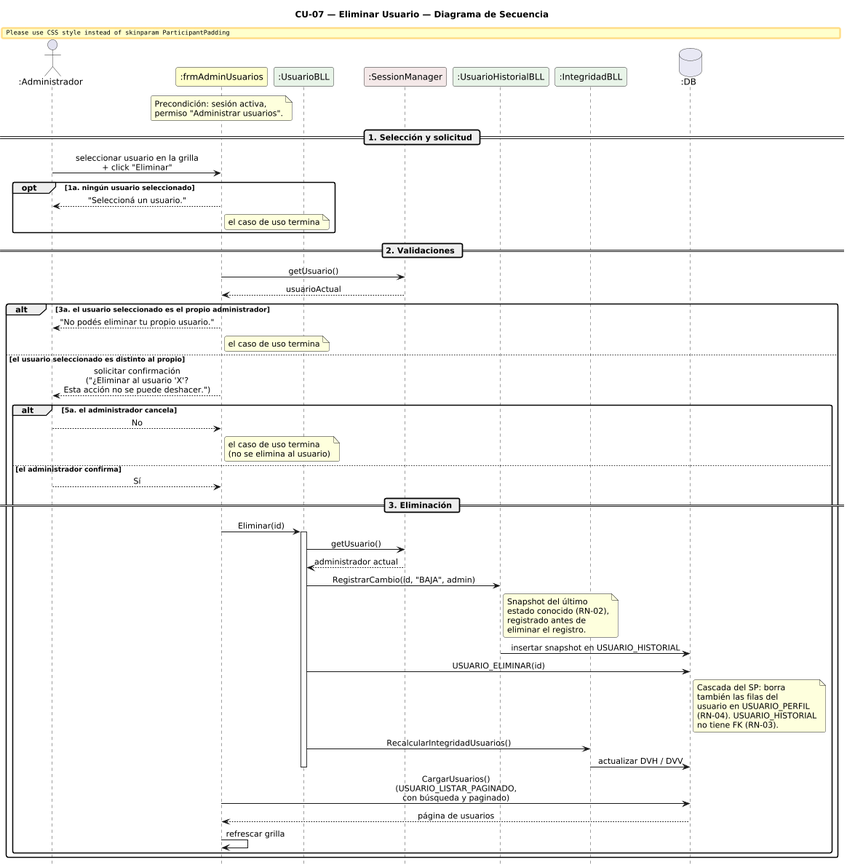
Above: DIAGRAMAS/DiagramaSecuencia_CU07_EliminarUsuario.png in Urrels/ingenieria_software (PlantUML), before the change.
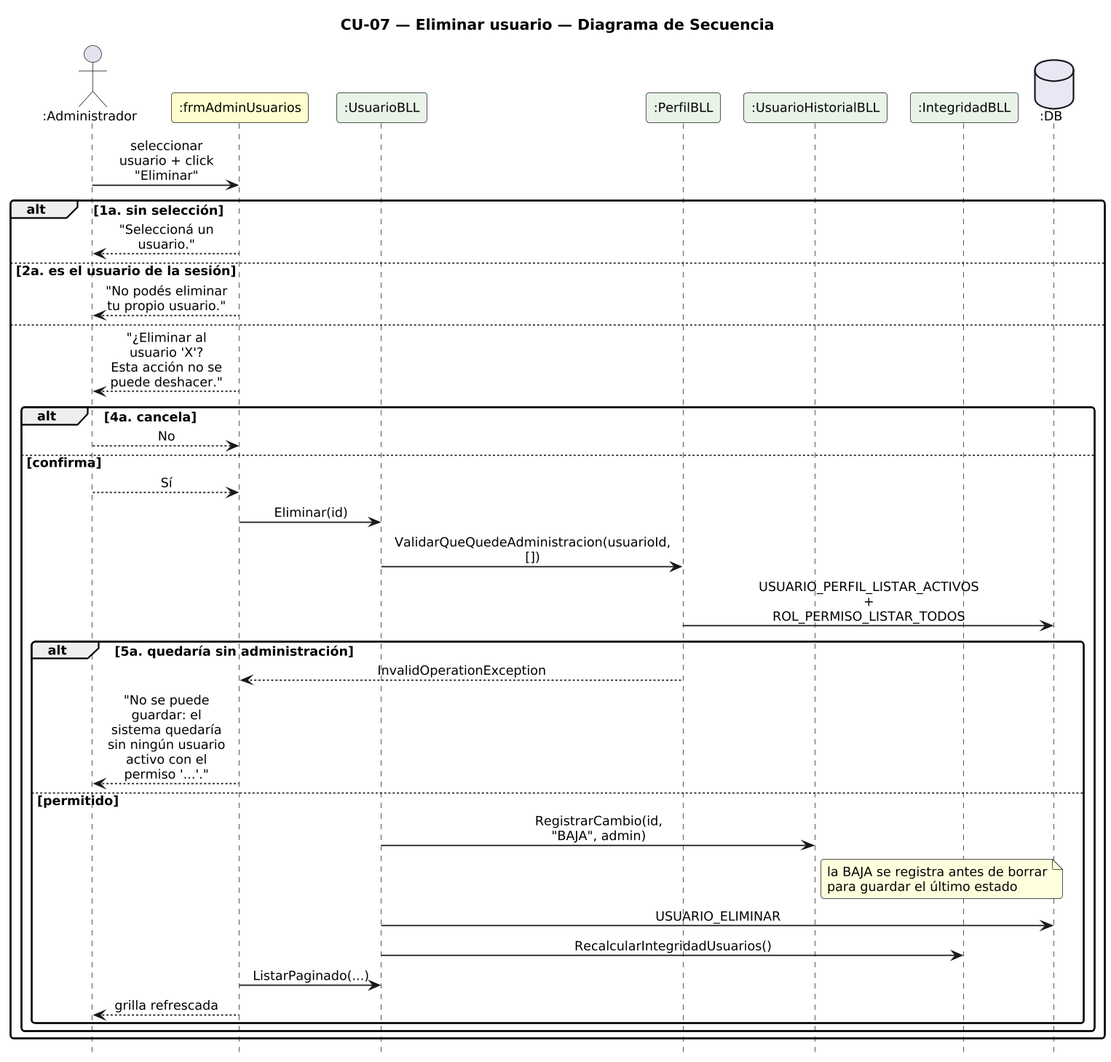
Later version of the same file.

The edit, as a diff of the source:
```diff
@@ -1,89 +1,51 @@
 @startuml DiagramaSecuencia_CU07_EliminarUsuario
 
-title CU-07 — Eliminar Usuario — Diagrama de Secuencia
+title CU-07 — Eliminar usuario — Diagrama de Secuencia
 
 skinparam shadowing false
 skinparam roundcorner 6
 skinparam sequenceArrowThickness 1.2
-skinparam ParticipantPadding 14
+skinparam ParticipantPadding 6
+skinparam BoxPadding 4
+skinparam maxMessageSize 115
 skinparam sequenceMessageAlign center
+skinparam defaultFontSize 12
+skinparam dpi 140
 hide footbox
-scale 0.85
 
-actor       ":Administrador"       as A
-participant ":frmAdminUsuarios"    as FA #FEFECE
-participant ":UsuarioBLL"          as UB #E8F4E8
-participant ":SessionManager"      as SM #F4E8E8
-participant ":UsuarioHistorialBLL" as UH #E8F4E8
-participant ":IntegridadBLL"       as IB #E8F4E8
-database    ":DB"                  as DB #E8E8F4
+actor ":Administrador" as A
+participant ":frmAdminUsuarios" as F #FEFECE
+participant ":UsuarioBLL" as B #E8F4E8
+participant ":PerfilBLL" as PB #E8F4E8
+participant ":UsuarioHistorialBLL" as HB #E8F4E8
+participant ":IntegridadBLL" as I #E8F4E8
+database ":DB" as DB #E8E8F4
 
-note over FA
-  Precondición: sesión activa,
-  permiso "Administrar usuarios".
-end note
-
-== 1. Selección y solicitud ==
-
-A -> FA : seleccionar usuario en la grilla\n+ click "Eliminar"
-
-opt 1a. ningún usuario seleccionado
-  FA --> A : "Seleccioná un usuario."
-  note right of FA : el caso de uso termina
-end
-
-== 2. Validaciones ==
-
-FA -> SM : getUsuario()
-SM --> FA : usuarioActual
-
-alt 3a. el usuario seleccionado es el propio administrador
-  FA --> A : "No podés eliminar tu propio usuario."
-  note right of FA : el caso de uso termina
-
-else el usuario seleccionado es distinto al propio
-  FA --> A : solicitar confirmación\n("¿Eliminar al usuario 'X'?\nEsta acción no se puede deshacer.")
-
-  alt 5a. el administrador cancela
-    A --> FA : No
-    note right of FA : el caso de uso termina\n(no se elimina al usuario)
-
-  else el administrador confirma
-    A --> FA : Sí
-
-    == 3. Eliminación ==
-
-    FA -> UB : Eliminar(id)
-    activate UB
-
-    UB -> SM : getUsuario()
-    SM --> UB : administrador actual
-
-    UB -> UH : RegistrarCambio(id, "BAJA", admin)
-    note right of UH
-      Snapshot del último
-      estado conocido (RN-02),
-      registrado antes de
-      eliminar el registro.
-    end note
-    UH -> DB : insertar snapshot en USUARIO_HISTORIAL
-
-    UB -> DB : USUARIO_ELIMINAR(id)
-    note right of DB
-      Cascada del SP: borra
-      también las filas del
-      usuario en USUARIO_PERFIL
-      (RN-04). USUARIO_HISTORIAL
-      no tiene FK (RN-03).
-    end note
-
-    UB -> IB : RecalcularIntegridadUsuarios()
-    IB -> DB : actualizar DVH / DVV
-    deactivate UB
-
-    FA -> DB : CargarUsuarios()\n(USUARIO_LISTAR_PAGINADO,\ncon búsqueda y paginado)
-    DB --> FA : página de usuarios
-    FA -> FA : refrescar grilla
+A -> F : seleccionar usuario + click "Eliminar"
+alt 1a. sin selección
+  F --> A : "Seleccioná un usuario."
+else 2a. es el usuario de la sesión
+  F --> A : "No podés eliminar tu propio usuario."
+else
+  F --> A : "¿Eliminar al usuario 'X'?\nEsta acción no se puede deshacer."
+  alt 4a. cancela
+    A --> F : No
+  else confirma
+    A --> F : Sí
+    F -> B : Eliminar(id)
+    B -> PB : ValidarQueQuedeAdministracion(usuarioId, [])
+    PB -> DB : USUARIO_PERFIL_LISTAR_ACTIVOS\n+ ROL_PERMISO_LISTAR_TODOS
+    alt 5a. quedaría sin administración
+      PB --> F : InvalidOperationException
+      F --> A : "No se puede guardar: el sistema quedaría\nsin ningún usuario activo con el permiso '...'."
+    else permitido
+      B -> HB : RegistrarCambio(id, "BAJA", admin)
+      note right of HB : la BAJA se registra antes de borrar\npara guardar el último estado
+      B -> DB : USUARIO_ELIMINAR
+      B -> I : RecalcularIntegridadUsuarios()
+      F -> B : ListarPaginado(...)
+      F --> A : grilla refrescada
+    end
   end
 end
 
```
